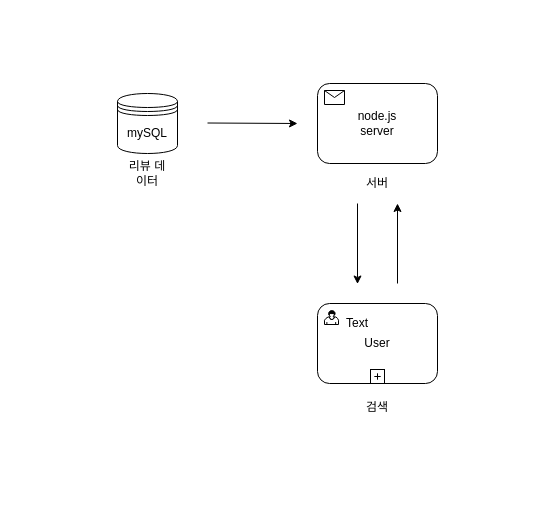
Before: Untitled Diagram.drawio in Taewoong-H/hotelreview, a draw.io diagram. Source tidied: cells renumbered, new cells numbered last; positions are measured from the earlier drawing's top-left corner, leaving out a move shared by most shapes. Both pictures are drawn from the tidied source at 100%, with x=0, y=0 at pixel (117, 83).
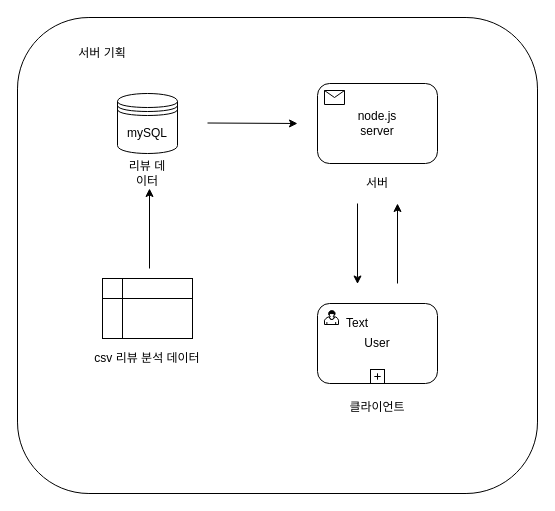
The same page after the edit.

The edit, as a diff of the source:
```diff
@@
+    <mxCell id="16" style="rounded=1;whiteSpace=wrap;html=1;fillColor=none;" parent="1" vertex="1">
+      <mxGeometry x="-100" y="-66" width="520" height="476" as="geometry" />
+    </mxCell>
@@
-    <mxCell id="15" value="검색" style="text;html=1;strokeColor=none;fillColor=none;align=center;verticalAlign=middle;whiteSpace=wrap;rounded=0;" parent="1" vertex="1">
-      <mxGeometry x="240" y="314" width="40" height="20" as="geometry" />
+    <mxCell id="15" value="클라이언트" style="text;html=1;strokeColor=none;fillColor=none;align=center;verticalAlign=middle;whiteSpace=wrap;rounded=0;" parent="1" vertex="1">
+      <mxGeometry x="225" y="314" width="70" height="20" as="geometry" />
     </mxCell>
+    <mxCell id="17" value="서버 기획" style="text;html=1;strokeColor=none;fillColor=none;align=center;verticalAlign=middle;whiteSpace=wrap;rounded=0;" parent="1" vertex="1">
+      <mxGeometry x="-60" y="-40" width="90" height="20" as="geometry" />
+    </mxCell>
+    <mxCell id="18" style="shape=internalStorage;whiteSpace=wrap;html=1;backgroundOutline=1;fillColor=none;" parent="1" vertex="1">
+      <mxGeometry x="-15" y="195" width="90" height="60" as="geometry" />
+    </mxCell>
+    <mxCell id="19" value="csv 리뷰 분석 데이터" style="text;html=1;strokeColor=none;fillColor=none;align=center;verticalAlign=middle;whiteSpace=wrap;rounded=0;" parent="1" vertex="1">
+      <mxGeometry x="-30" y="265" width="120" height="20" as="geometry" />
+    </mxCell>
+    <mxCell id="20" style="endArrow=classic;html=1;entryX=0.75;entryY=1;entryDx=0;entryDy=0;" parent="1" edge="1">
+      <mxGeometry relative="1" as="geometry">
+        <mxPoint x="32" y="185" as="sourcePoint" />
+        <mxPoint x="32" y="105" as="targetPoint" />
+      </mxGeometry>
+    </mxCell>
```
